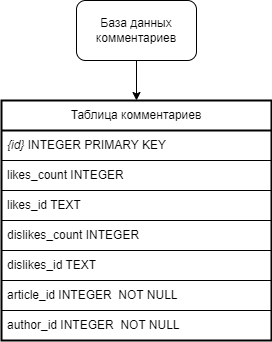
abnormalize0/DailyTeleFrog keeps this draw.io diagram as server/doc/source/images/comments.drawio.png. Above is the earlier version. Source tidied: cells renumbered, new cells last; positions are measured from the earlier drawing's top-left corner, leaving out a move shared by most shapes.
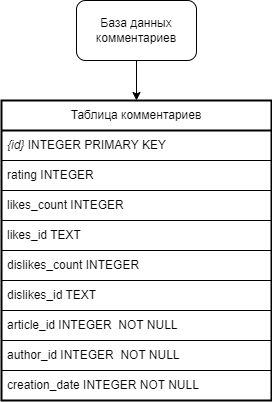
Above is the later version.

Change to the diagram source:
```diff
@@ -9,28 +9,34 @@
       <mxGeometry x="75" width="120" height="60" as="geometry" />
     </mxCell>
     <mxCell id="4" value="Таблица комментариев" style="swimlane;fontStyle=0;horizontal=1;startSize=30;whiteSpace=wrap;html=1;swimlaneLine=1;glass=0;strokeWidth=2;" parent="1" vertex="1">
-      <mxGeometry y="100" width="270" height="240" as="geometry" />
+      <mxGeometry y="100" width="270" height="300" as="geometry" />
     </mxCell>
     <mxCell id="5" value="&lt;i&gt;{id}&lt;/i&gt; INTEGER PRIMARY KEY" style="text;strokeColor=default;fillColor=none;align=left;verticalAlign=middle;spacingLeft=4;spacingRight=4;overflow=hidden;whiteSpace=wrap;html=1;labelBorderColor=none;" parent="4" vertex="1">
       <mxGeometry y="30" width="270" height="30" as="geometry" />
     </mxCell>
+    <mxCell id="12" value="rating INTEGER" style="text;strokeColor=default;fillColor=none;align=left;verticalAlign=middle;spacingLeft=4;spacingRight=4;overflow=hidden;whiteSpace=wrap;html=1;" parent="4" vertex="1">
+      <mxGeometry y="60" width="270" height="30" as="geometry" />
+    </mxCell>
     <mxCell id="6" value="likes_count INTEGER" style="text;strokeColor=default;fillColor=none;align=left;verticalAlign=middle;spacingLeft=4;spacingRight=4;overflow=hidden;whiteSpace=wrap;html=1;" parent="4" vertex="1">
-      <mxGeometry y="60" width="270" height="30" as="geometry" />
+      <mxGeometry y="90" width="270" height="30" as="geometry" />
     </mxCell>
     <mxCell id="7" value="likes_id TEXT" style="text;strokeColor=default;fillColor=none;align=left;verticalAlign=middle;spacingLeft=4;spacingRight=4;overflow=hidden;whiteSpace=wrap;html=1;" parent="4" vertex="1">
-      <mxGeometry y="90" width="270" height="30" as="geometry" />
+      <mxGeometry y="120" width="270" height="30" as="geometry" />
     </mxCell>
     <mxCell id="8" value="dislikes_count INTEGER" style="text;strokeColor=default;fillColor=none;align=left;verticalAlign=middle;spacingLeft=4;spacingRight=4;overflow=hidden;whiteSpace=wrap;html=1;" parent="4" vertex="1">
-      <mxGeometry y="120" width="270" height="30" as="geometry" />
+      <mxGeometry y="150" width="270" height="30" as="geometry" />
     </mxCell>
     <mxCell id="9" value="dislikes_id TEXT" style="text;strokeColor=default;fillColor=none;align=left;verticalAlign=middle;spacingLeft=4;spacingRight=4;overflow=hidden;whiteSpace=wrap;html=1;" parent="4" vertex="1">
-      <mxGeometry y="150" width="270" height="30" as="geometry" />
+      <mxGeometry y="180" width="270" height="30" as="geometry" />
     </mxCell>
     <mxCell id="10" value="article_id INTEGER&amp;nbsp;&amp;nbsp;NOT NULL" style="text;strokeColor=default;fillColor=none;align=left;verticalAlign=middle;spacingLeft=4;spacingRight=4;overflow=hidden;whiteSpace=wrap;html=1;" parent="4" vertex="1">
-      <mxGeometry y="180" width="270" height="30" as="geometry" />
+      <mxGeometry y="210" width="270" height="30" as="geometry" />
     </mxCell>
     <mxCell id="11" value="author_id INTEGER&amp;nbsp;&amp;nbsp;NOT NULL" style="text;strokeColor=default;fillColor=none;align=left;verticalAlign=middle;spacingLeft=4;spacingRight=4;overflow=hidden;whiteSpace=wrap;html=1;" parent="4" vertex="1">
-      <mxGeometry y="210" width="270" height="30" as="geometry" />
+      <mxGeometry y="240" width="270" height="30" as="geometry" />
     </mxCell>
+    <mxCell id="13" value="creation_date INTEGER NOT NULL" style="text;strokeColor=default;fillColor=none;align=left;verticalAlign=middle;spacingLeft=4;spacingRight=4;overflow=hidden;whiteSpace=wrap;html=1;" parent="4" vertex="1">
+      <mxGeometry y="270" width="270" height="30" as="geometry" />
+    </mxCell>
   </root>
 </mxGraphModel>
```
